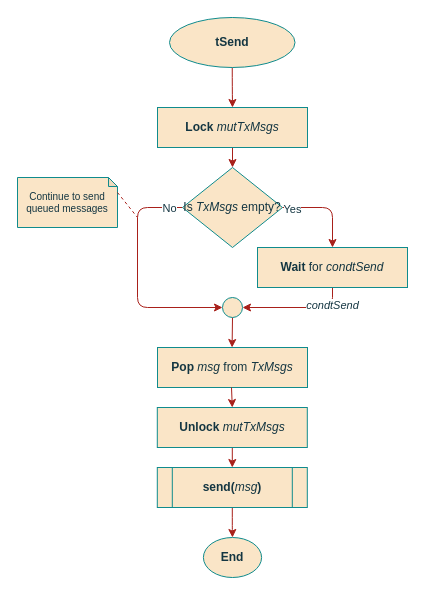
Before: page "tSend" (7 of 8) of documentation/flowcharts/Classes/CCommunication.drawio in ESRGgroup9/slipad, a draw.io diagram. Source tidied: cells renumbered, new cells numbered last; positions are measured from the earlier drawing's top-left corner, leaving out a move shared by most shapes. Both pictures are drawn from the tidied source at 100%, with x=0, y=0 at pixel (17, 17).
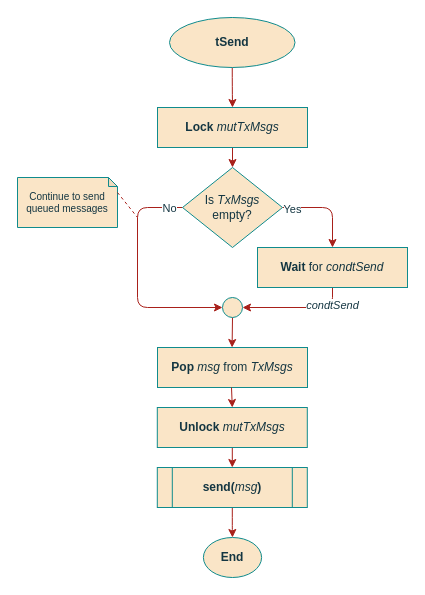
The same page after the edit.

Change to the diagram source:
```diff
@@
-    <mxCell id="13" value="Is &lt;i&gt;TxMsgs&lt;/i&gt; empty?" style="rhombus;whiteSpace=wrap;html=1;rounded=0;sketch=0;fontColor=#143642;strokeColor=#0F8B8D;fillColor=#FAE5C7;" parent="1" vertex="1">
+    <mxCell id="13" value="&lt;div&gt;Is &lt;i&gt;TxMsgs&lt;/i&gt; &lt;br&gt;&lt;/div&gt;&lt;div&gt;empty?&lt;/div&gt;" style="rhombus;whiteSpace=wrap;html=1;rounded=0;sketch=0;fontColor=#143642;strokeColor=#0F8B8D;fillColor=#FAE5C7;" parent="1" vertex="1">
       <mxGeometry x="165" y="150" width="100" height="80" as="geometry" />
     </mxCell>
```
